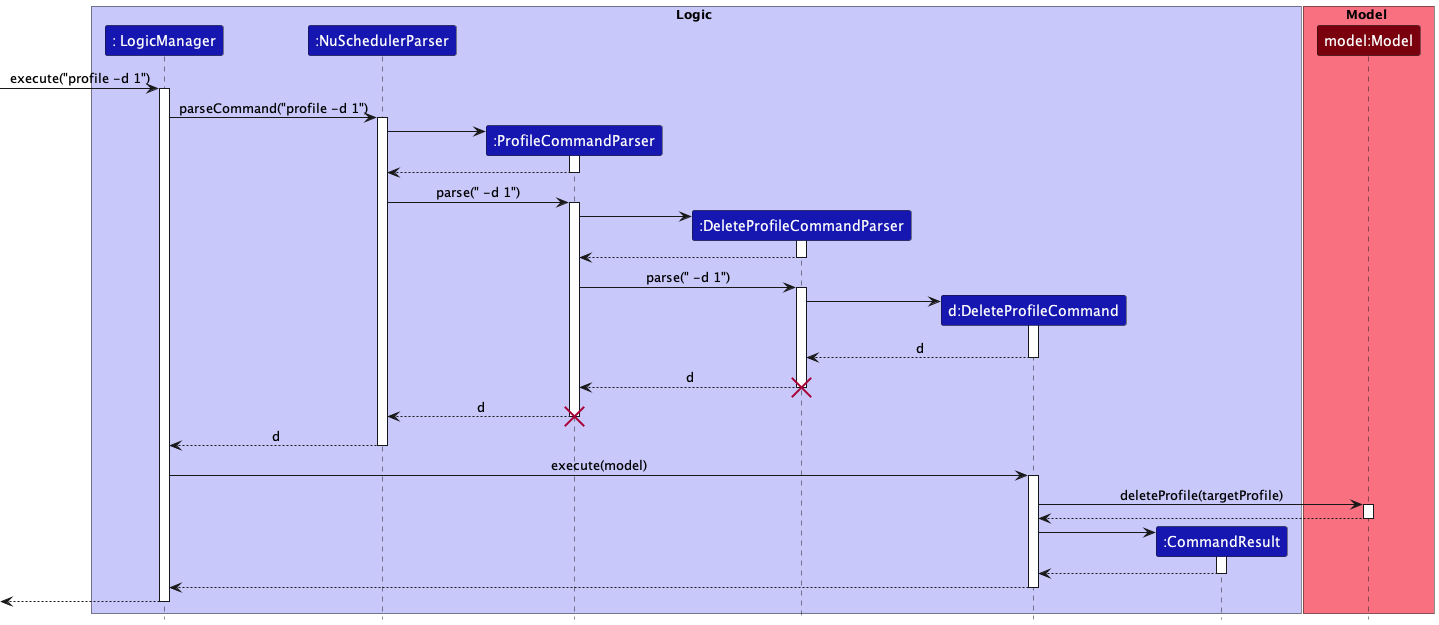
This is docs/images/DeleteSequenceDiagram.png from nus-cs2103-AY2223S1/tp, a PlantUML export, as it was before one commit.
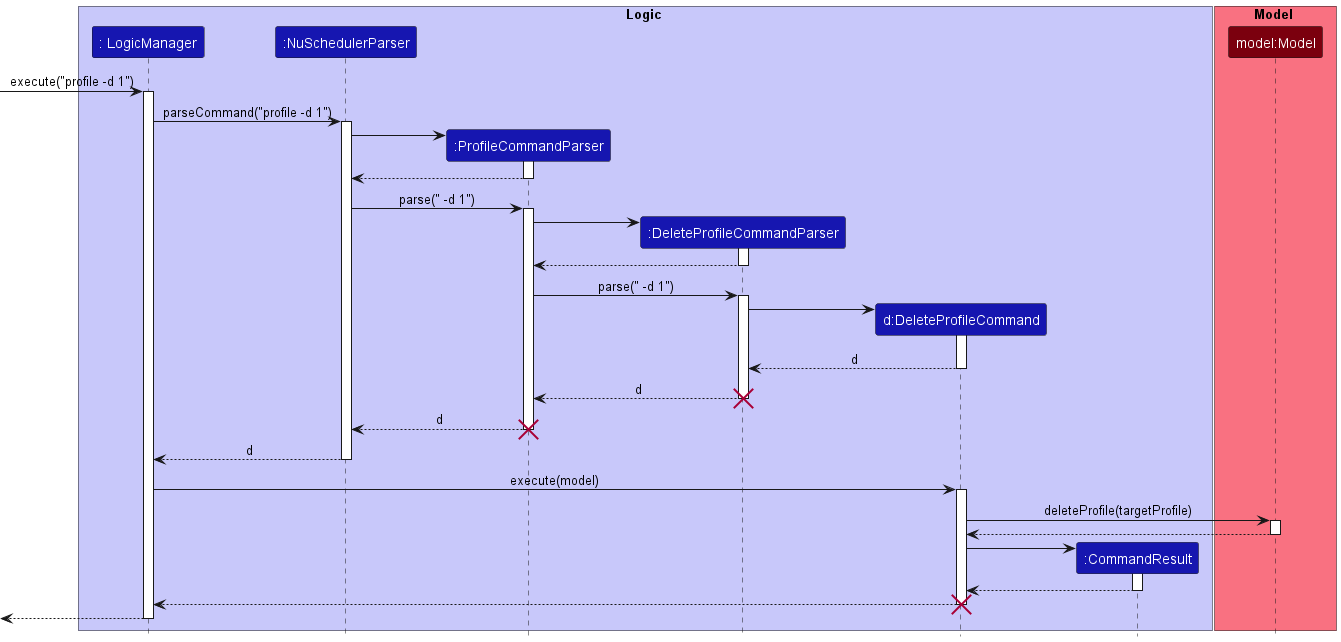
After the commit.

What changed in the source:
```diff
@@ -44,5 +44,6 @@
 deleteProfileCommand -> commandResult ++
 return
 return
+destroy deleteProfileCommand
 return
 @enduml
```
